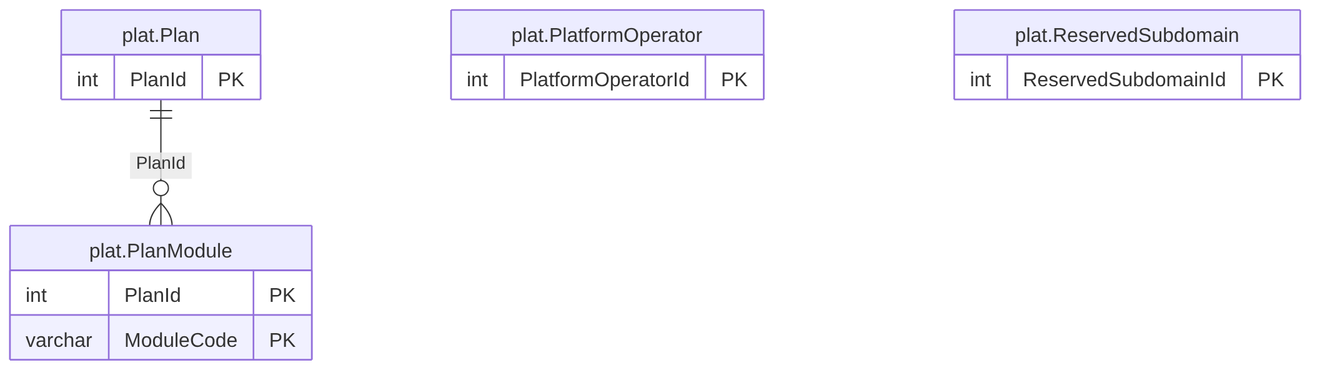
Before: treasury-platform/docs/diagrams/erd/m0_tenancy_1.png, a diagram exported from Mermaid (thawrasy/smartlines). Its source is kept beside it as treasury-platform/docs/diagrams/erd/m0_tenancy_1.mmd.
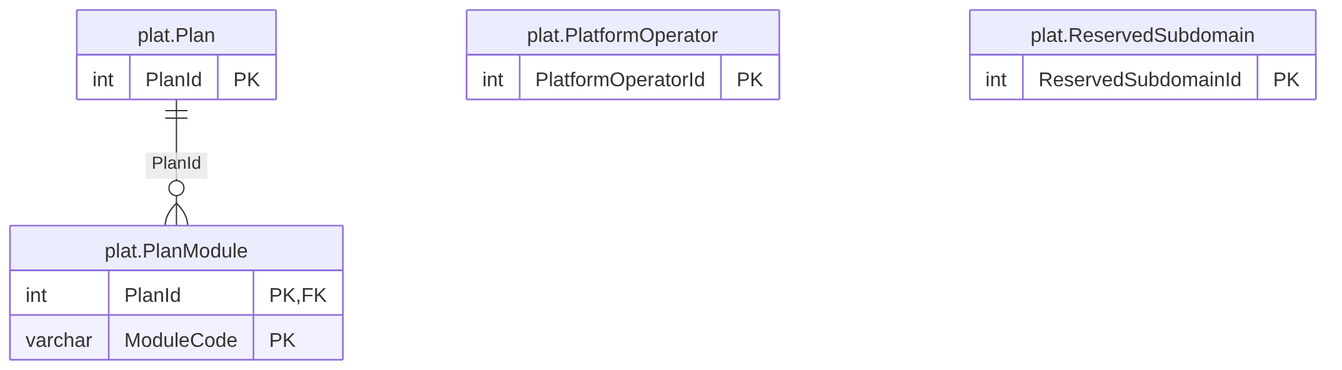
Above is the later version.

What changed in the source:
```diff
@@ -3,7 +3,7 @@
     int PlanId PK
   }
   plat_PlanModule["plat.PlanModule"] {
-    int PlanId PK
+    int PlanId PK, FK
     varchar ModuleCode PK
   }
   plat_PlatformOperator["plat.PlatformOperator"] {
```
